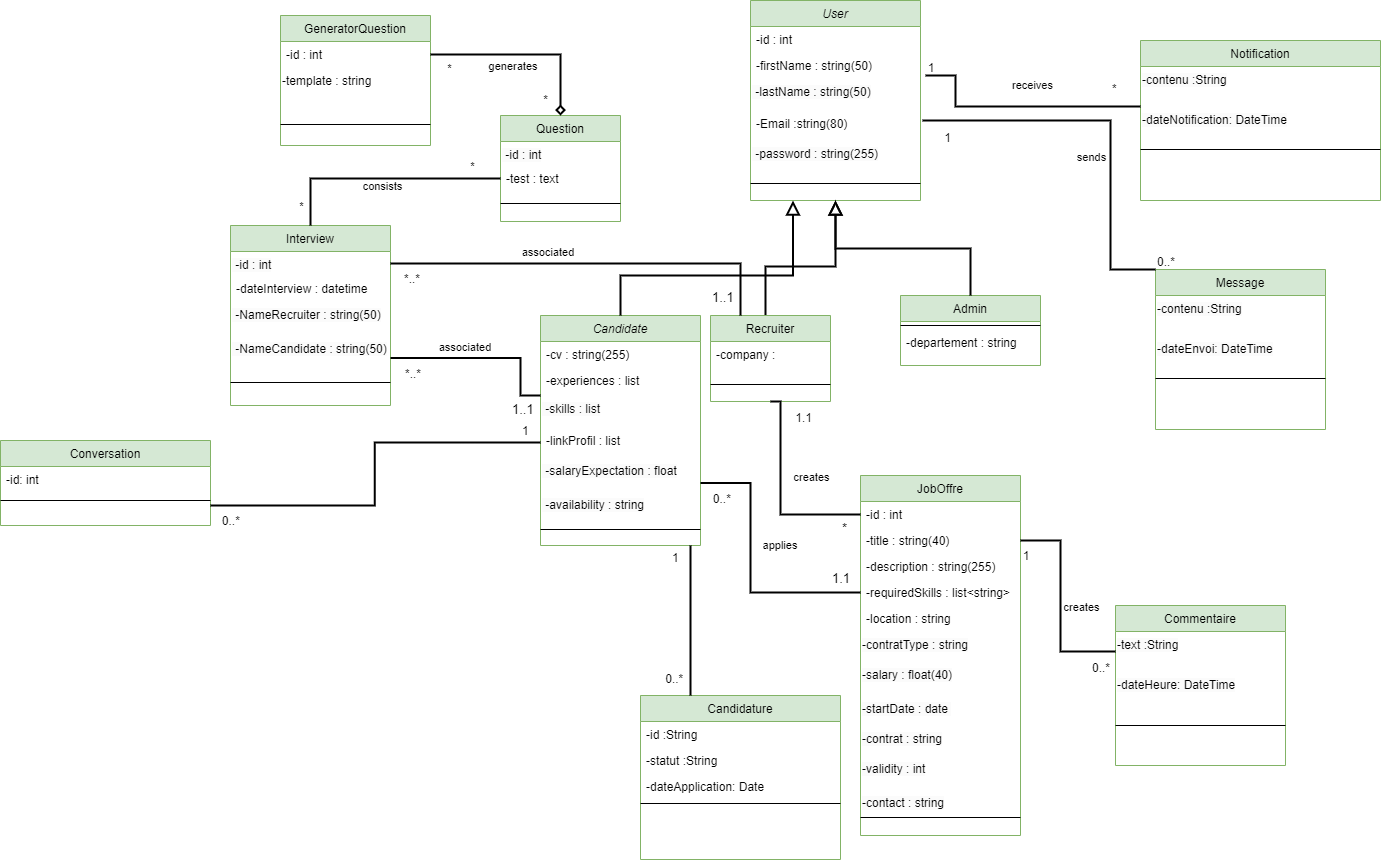
Above: Diagramme class BD.drawio.png in chirine1/-project (draw.io), before the change. Source tidied: cells renumbered, new cells last; positions are measured from the earlier drawing's top-left corner, leaving out a move shared by most shapes.
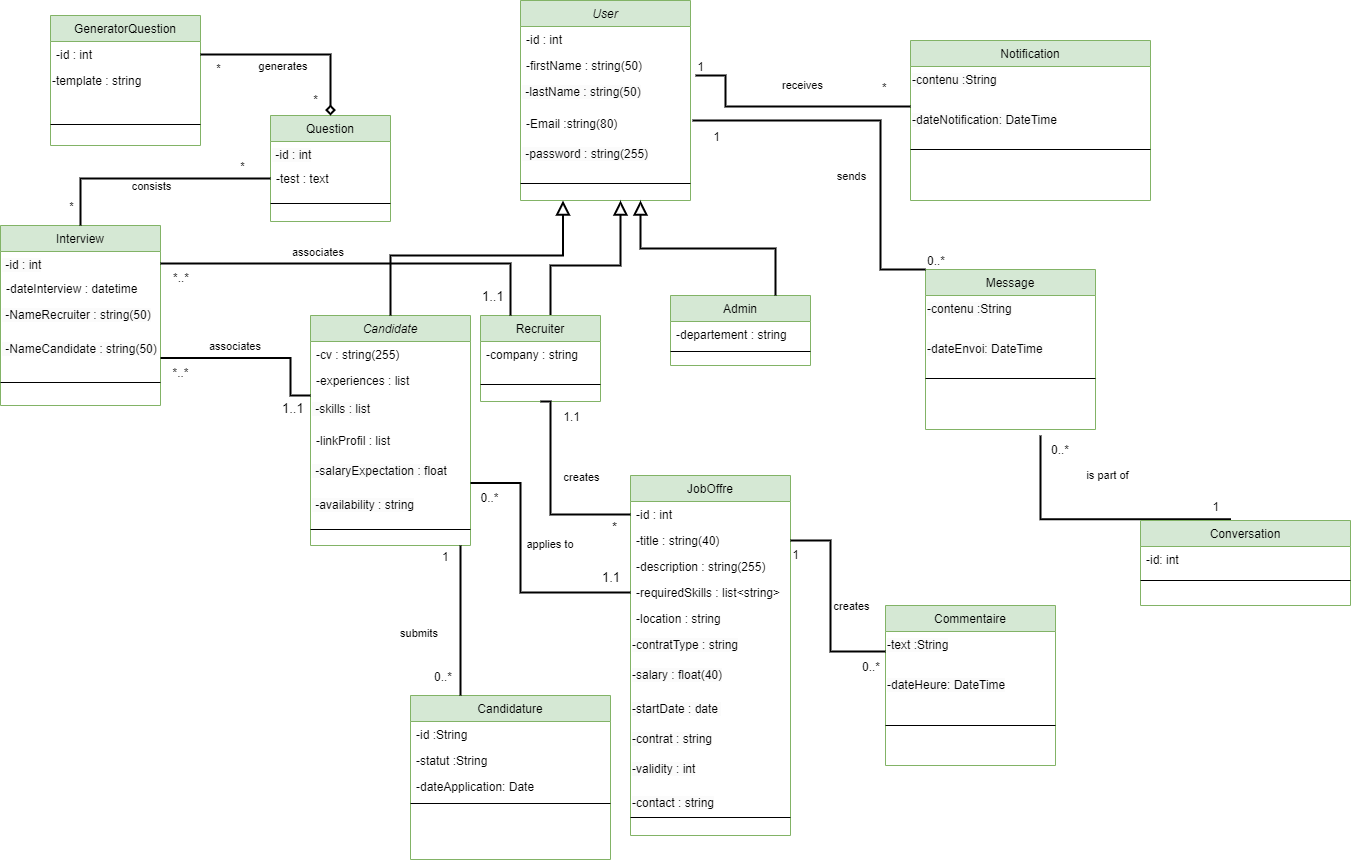
Later version of the same file.

Commit message:
Mettre à jour Diagramme class BD.drawio.png

Change to the diagram source:
```diff
@@ -23,22 +23,29 @@
     <mxCell id="8" style="line;html=1;strokeWidth=1;align=left;verticalAlign=middle;spacingTop=-1;spacingLeft=3;spacingRight=3;labelPosition=right;" parent="2" vertex="1">
       <mxGeometry y="180" width="170" height="6" as="geometry" />
     </mxCell>
-    <mxCell id="9" style="endArrow=block;endSize=10;endFill=0;shadow=0;strokeWidth=2;rounded=0;edgeStyle=elbowEdgeStyle;elbow=vertical;" parent="1" edge="1" target="2">
+    <mxCell id="9" style="endArrow=block;endSize=10;endFill=0;shadow=0;strokeWidth=2;rounded=0;edgeStyle=elbowEdgeStyle;elbow=vertical;" parent="1" edge="1">
       <mxGeometry relative="1" as="geometry">
-        <mxPoint x="765" y="330" as="sourcePoint" />
+        <mxPoint x="780" y="330" as="sourcePoint" />
+        <mxPoint x="850" y="200" as="targetPoint" />
+        <Array as="points">
+          <mxPoint x="850" y="265" />
+        </Array>
       </mxGeometry>
     </mxCell>
     <mxCell id="10" value="Admin" style="swimlane;fontStyle=0;align=center;verticalAlign=top;horizontal=1;startSize=26;rounded=0;shadow=0;strokeWidth=1;fillColor=#d5e8d4;strokeColor=#82b366;" parent="1" vertex="1">
       <mxGeometry x="900" y="295" width="140" height="70" as="geometry" />
     </mxCell>
+    <mxCell id="12" value="-departement : string" style="text;align=left;verticalAlign=top;spacingLeft=4;spacingRight=4;overflow=hidden;" parent="10" vertex="1">
+      <mxGeometry y="26" width="140" height="26" as="geometry" />
+    </mxCell>
     <mxCell id="11" style="line;html=1;strokeWidth=1;align=left;verticalAlign=middle;spacingTop=-1;spacingLeft=3;spacingRight=3;labelPosition=right;" parent="10" vertex="1">
-      <mxGeometry y="26" width="140" height="8" as="geometry" />
+      <mxGeometry y="52" width="140" height="8" as="geometry" />
     </mxCell>
-    <mxCell id="12" value="-departement : string" style="text;align=left;verticalAlign=top;spacingLeft=4;spacingRight=4;overflow=hidden;" parent="10" vertex="1">
-      <mxGeometry y="34" width="140" height="26" as="geometry" />
-    </mxCell>
-    <mxCell id="13" style="endArrow=block;endSize=10;endFill=0;shadow=0;strokeWidth=2;rounded=0;edgeStyle=elbowEdgeStyle;elbow=vertical;" parent="1" edge="1" source="10" target="2">
-      <mxGeometry relative="1" as="geometry" />
+    <mxCell id="13" style="endArrow=block;endSize=10;endFill=0;shadow=0;strokeWidth=2;rounded=0;edgeStyle=elbowEdgeStyle;elbow=vertical;" parent="1" edge="1">
+      <mxGeometry relative="1" as="geometry">
+        <mxPoint x="1005" y="295" as="sourcePoint" />
+        <mxPoint x="870" y="200" as="targetPoint" />
+      </mxGeometry>
     </mxCell>
     <mxCell id="14" value="JobOffre" style="swimlane;fontStyle=0;align=center;verticalAlign=top;horizontal=1;startSize=26;rounded=0;shadow=0;strokeWidth=1;fillColor=#d5e8d4;strokeColor=#82b366;" parent="1" vertex="1">
       <mxGeometry x="860" y="475" width="160" height="360" as="geometry" />
@@ -82,7 +89,7 @@
     <mxCell id="27" value="Recruiter" style="swimlane;fontStyle=0;align=center;verticalAlign=top;horizontal=1;startSize=26;rounded=0;shadow=0;strokeWidth=1;fillColor=#d5e8d4;strokeColor=#82b366;" parent="1" vertex="1">
       <mxGeometry x="710" y="315" width="120" height="86" as="geometry" />
     </mxCell>
-    <mxCell id="28" value="-company : " style="text;align=left;verticalAlign=top;spacingLeft=4;spacingRight=4;overflow=hidden;" parent="27" vertex="1">
+    <mxCell id="28" value="-company : string " style="text;align=left;verticalAlign=top;spacingLeft=4;spacingRight=4;overflow=hidden;" parent="27" vertex="1">
       <mxGeometry y="26" width="120" height="26" as="geometry" />
     </mxCell>
     <mxCell id="29" style="line;html=1;strokeWidth=1;align=left;verticalAlign=middle;spacingTop=-1;spacingLeft=3;spacingRight=3;labelPosition=right;" parent="27" vertex="1">
@@ -195,7 +202,7 @@
         <mxPoint x="30" y="23" as="offset" />
       </mxGeometry>
     </mxCell>
-    <mxCell id="59" value="applies&amp;nbsp;" style="edgeLabel;html=1;align=center;verticalAlign=middle;" parent="56" vertex="1">
+    <mxCell id="59" value="applies to&amp;nbsp;" style="edgeLabel;html=1;align=center;verticalAlign=middle;" parent="56" vertex="1">
       <mxGeometry x="0.23" y="6" relative="1" as="geometry">
         <mxPoint x="36" y="6" as="offset" />
       </mxGeometry>
@@ -218,7 +225,7 @@
         <mxPoint x="30" y="23" as="offset" />
       </mxGeometry>
     </mxCell>
-    <mxCell id="63" value="associated&amp;nbsp;" style="edgeLabel;html=1;align=center;verticalAlign=middle;" parent="60" vertex="1">
+    <mxCell id="63" value="associates&amp;nbsp;" style="edgeLabel;html=1;align=center;verticalAlign=middle;" parent="60" vertex="1">
       <mxGeometry x="0.23" y="6" relative="1" as="geometry">
         <mxPoint x="3" y="-18" as="offset" />
       </mxGeometry>
@@ -275,7 +282,7 @@
         <mxPoint x="30" y="23" as="offset" />
       </mxGeometry>
     </mxCell>
-    <mxCell id="75" value="associated&amp;nbsp;" style="edgeLabel;html=1;align=center;verticalAlign=middle;" parent="72" vertex="1">
+    <mxCell id="75" value="associates&amp;nbsp;" style="edgeLabel;html=1;align=center;verticalAlign=middle;" parent="72" vertex="1">
       <mxGeometry x="0.23" y="6" relative="1" as="geometry">
         <mxPoint x="3" y="-18" as="offset" />
       </mxGeometry>
@@ -284,19 +291,12 @@
       <mxGeometry relative="1" as="geometry">
         <mxPoint x="620" y="315" as="sourcePoint" />
         <Array as="points">
+          <mxPoint x="650" y="255" />
+          <mxPoint x="760" y="255" />
           <mxPoint x="730" y="275" />
         </Array>
       </mxGeometry>
     </mxCell>
-    <mxCell id="77" value="Conversation" style="swimlane;fontStyle=0;align=center;verticalAlign=top;horizontal=1;startSize=26;rounded=0;shadow=0;strokeWidth=1;fillColor=#d5e8d4;strokeColor=#82b366;" parent="1" vertex="1">
-      <mxGeometry y="440" width="210" height="85" as="geometry" />
-    </mxCell>
-    <mxCell id="78" value="-id: int" style="text;align=left;verticalAlign=top;spacingLeft=4;spacingRight=4;overflow=hidden;" parent="77" vertex="1">
-      <mxGeometry y="26" width="210" height="24" as="geometry" />
-    </mxCell>
-    <mxCell id="79" style="line;html=1;strokeWidth=1;align=left;verticalAlign=middle;spacingTop=-1;spacingLeft=3;spacingRight=3;labelPosition=right;" parent="77" vertex="1">
-      <mxGeometry y="50" width="210" height="20" as="geometry" />
-    </mxCell>
     <mxCell id="80" value="Commentaire" style="swimlane;fontStyle=0;align=center;verticalAlign=top;horizontal=1;startSize=26;rounded=0;shadow=0;strokeWidth=1;fillColor=#d5e8d4;strokeColor=#82b366;" parent="1" vertex="1">
       <mxGeometry x="1115" y="605" width="170" height="160" as="geometry" />
     </mxCell>
@@ -359,9 +359,13 @@
         <mxPoint x="18" y="-7" as="offset" />
       </mxGeometry>
     </mxCell>
-    <mxCell id="97" style="endArrow=none;shadow=0;strokeWidth=2;rounded=0;endFill=0;edgeStyle=elbowEdgeStyle;elbow=horizontal;exitX=0;exitY=0.5;exitDx=0;exitDy=0;" parent="1" edge="1" source="34">
+    <mxCell id="97" style="endArrow=none;shadow=0;strokeWidth=2;rounded=0;endFill=0;edgeStyle=elbowEdgeStyle;elbow=horizontal;exitX=0.431;exitY=-0.014;exitDx=0;exitDy=0;exitPerimeter=0;" parent="1" edge="1" source="77">
       <mxGeometry x="0.5" y="41" relative="1" as="geometry">
-        <mxPoint x="210" y="505" as="targetPoint" />
+        <mxPoint x="1270" y="435" as="targetPoint" />
+        <Array as="points">
+          <mxPoint x="1270" y="435" />
+          <mxPoint x="1460" y="495" />
+        </Array>
         <mxPoint x="-40" y="32" as="offset" />
       </mxGeometry>
     </mxCell>
@@ -449,8 +453,27 @@
     </mxCell>
     <mxCell id="114" value="sends" style="edgeLabel;html=1;align=center;verticalAlign=middle;" parent="111" vertex="1">
       <mxGeometry x="-0.18" y="-1" relative="1" as="geometry">
-        <mxPoint x="-21" y="-3" as="offset" />
+        <mxPoint x="-31" y="17" as="offset" />
       </mxGeometry>
     </mxCell>
+    <mxCell id="77" value="Conversation" style="swimlane;fontStyle=0;align=center;verticalAlign=top;horizontal=1;startSize=26;rounded=0;shadow=0;strokeWidth=1;fillColor=#d5e8d4;strokeColor=#82b366;" parent="1" vertex="1">
+      <mxGeometry x="1370" y="520" width="210" height="85" as="geometry" />
+    </mxCell>
+    <mxCell id="78" value="-id: int" style="text;align=left;verticalAlign=top;spacingLeft=4;spacingRight=4;overflow=hidden;" parent="77" vertex="1">
+      <mxGeometry y="26" width="210" height="24" as="geometry" />
+    </mxCell>
+    <mxCell id="79" style="line;html=1;strokeWidth=1;align=left;verticalAlign=middle;spacingTop=-1;spacingLeft=3;spacingRight=3;labelPosition=right;" parent="77" vertex="1">
+      <mxGeometry y="50" width="210" height="20" as="geometry" />
+    </mxCell>
+    <mxCell id="115" value="is part of&lt;div&gt;&lt;br/&gt;&lt;/div&gt;" style="edgeLabel;html=1;align=center;verticalAlign=middle;" parent="1" vertex="1">
+      <mxGeometry x="1350" y="455" as="geometry">
+        <mxPoint x="-14" y="26" as="offset" />
+      </mxGeometry>
+    </mxCell>
+    <mxCell id="116" value="submits&amp;nbsp;" style="edgeLabel;html=1;align=center;verticalAlign=middle;" parent="1" vertex="1">
+      <mxGeometry x="1090" y="615" as="geometry">
+        <mxPoint x="-441" y="17" as="offset" />
+      </mxGeometry>
+    </mxCell>
   </root>
 </mxGraphModel>
```
